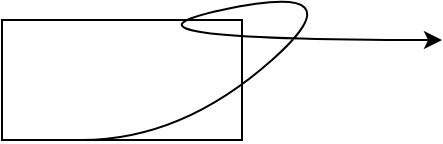
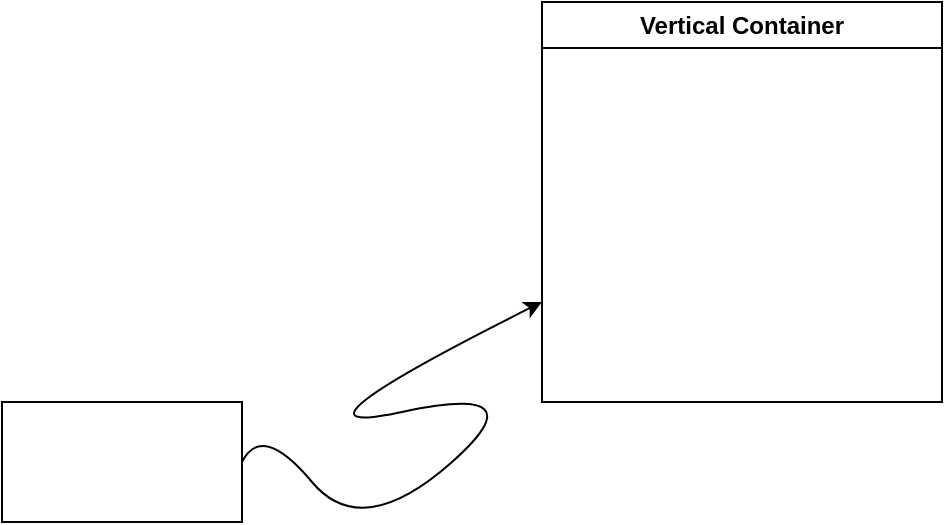
<mxfile host="65bd71144e">
    <diagram id="BIKJGvd7RzC04Xrpejpu" name="Page-1">
-         <mxGraphModel dx="490" dy="307" grid="1" gridSize="10" guides="1" tooltips="1" connect="1" arrows="1" fold="1" page="1" pageScale="1" pageWidth="850" pageHeight="1100" math="0" shadow="0">
+         <mxGraphModel dx="490" dy="1407" grid="1" gridSize="10" guides="1" tooltips="1" connect="1" arrows="1" fold="1" page="1" pageScale="1" pageWidth="850" pageHeight="1100" math="0" shadow="0">
            <root>
                <mxCell id="0"/>
                <mxCell id="1" parent="0"/>
                <mxCell id="2" value="" style="rounded=0;whiteSpace=wrap;html=1;" vertex="1" parent="1">
-                     <mxGeometry x="190" y="130" width="120" height="60" as="geometry"/>
+                     <mxGeometry x="100" y="120" width="120" height="60" as="geometry"/>
                </mxCell>
-                 <mxCell id="3" value="" style="curved=1;endArrow=classic;html=1;" edge="1" parent="1">
+                 <mxCell id="3" value="" style="curved=1;endArrow=classic;html=1;exitX=1;exitY=0.5;exitDx=0;exitDy=0;" edge="1" parent="1" source="2" target="4">
                    <mxGeometry width="50" height="50" relative="1" as="geometry">
                        <mxPoint x="230" y="190" as="sourcePoint"/>
                        <mxPoint x="410" y="140" as="targetPoint"/>
                        <Array as="points">
+                             <mxPoint x="230" y="130"/>
                            <mxPoint x="280" y="190"/>
                            <mxPoint x="370" y="110"/>
                            <mxPoint x="230" y="140"/>
                        </Array>
                    </mxGeometry>
                </mxCell>
+                 <mxCell id="4" value="Vertical Container" style="swimlane;whiteSpace=wrap;html=1;" vertex="1" parent="1">
+                     <mxGeometry x="370" y="-80" width="200" height="200" as="geometry"/>
+                 </mxCell>
            </root>
        </mxGraphModel>
    </diagram>
</mxfile>